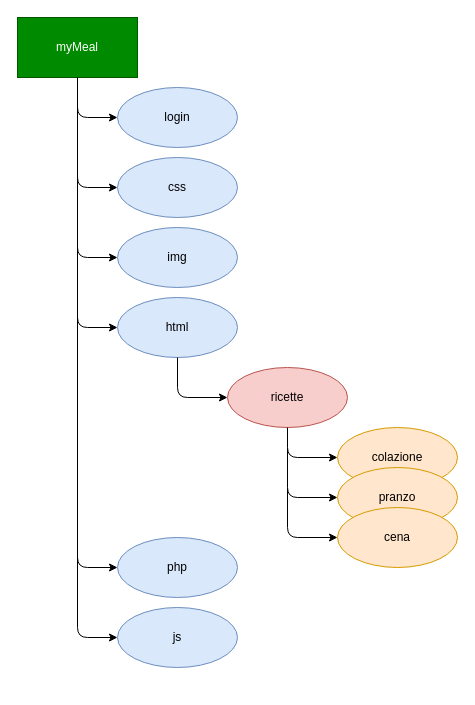
Earlier version of the draw.io diagram schema myMeal.drawio (gianlucasbandi/myMeal). Source tidied: cells renumbered, new cells numbered last; positions are measured from the earlier drawing's top-left corner, leaving out a move shared by most shapes. Both pictures are drawn from the tidied source at 100%, with x=0, y=0 at pixel (17, 17).
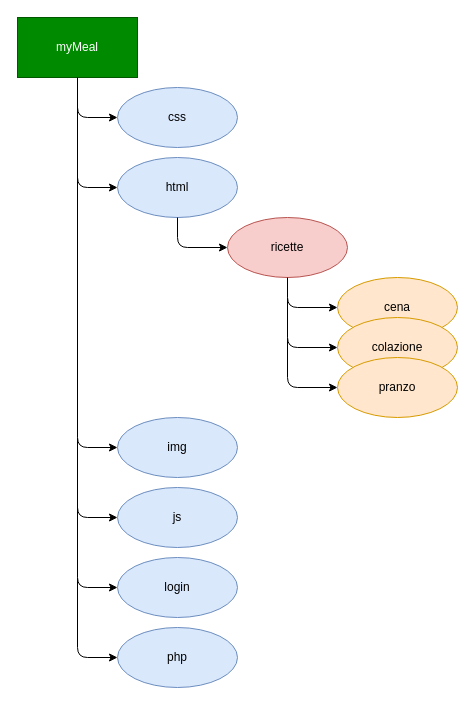
After the change.

Unchanged cells that the change refers to:
```xml
<mxCell id="3" value="myMeal" style="rounded=0;whiteSpace=wrap;html=1;sketch=0;fillColor=#008a00;strokeColor=#005700;fontColor=#ffffff;" parent="1" vertex="1">
  <mxGeometry width="120" height="60" as="geometry" />
</mxCell>
```

What changed in the source:
```diff
@@
-    <mxCell id="4" value="login" style="ellipse;whiteSpace=wrap;html=1;rounded=0;sketch=0;fillColor=#dae8fc;strokeColor=#6c8ebf;" parent="1" vertex="1">
+    <mxCell id="4" value="css" style="ellipse;whiteSpace=wrap;html=1;rounded=0;sketch=0;fillColor=#dae8fc;strokeColor=#6c8ebf;" parent="1" vertex="1">
       <mxGeometry x="100" y="70" width="120" height="60" as="geometry" />
     </mxCell>
-    <mxCell id="5" style="edgeStyle=orthogonalEdgeStyle;curved=0;rounded=1;sketch=0;jettySize=auto;html=1;exitX=0.5;exitY=1;exitDx=0;exitDy=0;entryX=0;entryY=0.5;entryDx=0;entryDy=0;" parent="1" edge="1" target="6">
-      <mxGeometry relative="1" as="geometry">
-        <mxPoint x="60" y="60" as="sourcePoint" />
-        <Array as="points">
-          <mxPoint x="60" y="170" />
-        </Array>
-      </mxGeometry>
-    </mxCell>
-    <mxCell id="6" value="css" style="ellipse;whiteSpace=wrap;html=1;rounded=0;sketch=0;fillColor=#dae8fc;strokeColor=#6c8ebf;" parent="1" vertex="1">
-      <mxGeometry x="100" y="140" width="120" height="60" as="geometry" />
-    </mxCell>
-    <mxCell id="7" style="edgeStyle=orthogonalEdgeStyle;curved=0;rounded=1;sketch=0;jettySize=auto;html=1;exitX=0.5;exitY=1;exitDx=0;exitDy=0;entryX=0;entryY=0.5;entryDx=0;entryDy=0;" parent="1" edge="1" target="8">
-      <mxGeometry relative="1" as="geometry">
-        <mxPoint x="60" y="90" as="sourcePoint" />
-        <Array as="points">
-          <mxPoint x="60" y="240" />
-        </Array>
-      </mxGeometry>
-    </mxCell>
-    <mxCell id="8" value="img" style="ellipse;whiteSpace=wrap;html=1;rounded=0;sketch=0;fillColor=#dae8fc;strokeColor=#6c8ebf;" parent="1" vertex="1">
-      <mxGeometry x="100" y="210" width="120" height="60" as="geometry" />
-    </mxCell>
-    <mxCell id="9" style="edgeStyle=orthogonalEdgeStyle;curved=0;rounded=1;sketch=0;jettySize=auto;html=1;exitX=0.5;exitY=1;exitDx=0;exitDy=0;entryX=0;entryY=0.5;entryDx=0;entryDy=0;" parent="1" edge="1" target="10">
+    <mxCell id="9" style="edgeStyle=orthogonalEdgeStyle;curved=0;rounded=1;sketch=0;jettySize=auto;html=1;exitX=0.5;exitY=1;exitDx=0;exitDy=0;entryX=0;entryY=0.5;entryDx=0;entryDy=0;" parent="1" edge="1" source="3" target="10">
       <mxGeometry relative="1" as="geometry">
-        <mxPoint x="60" y="180" as="sourcePoint" />
         <Array as="points">
-          <mxPoint x="60" y="310" />
+          <mxPoint x="60" y="170" />
         </Array>
       </mxGeometry>
     </mxCell>
     <mxCell id="10" value="html" style="ellipse;whiteSpace=wrap;html=1;rounded=0;sketch=0;fillColor=#dae8fc;strokeColor=#6c8ebf;" parent="1" vertex="1">
-      <mxGeometry x="100" y="280" width="120" height="60" as="geometry" />
+      <mxGeometry x="100" y="140" width="120" height="60" as="geometry" />
     </mxCell>
-    <mxCell id="11" style="edgeStyle=orthogonalEdgeStyle;curved=0;rounded=1;sketch=0;orthogonalLoop=1;jettySize=auto;html=1;" parent="1" edge="1">
-      <mxGeometry relative="1" as="geometry">
-        <mxPoint x="60" y="270" as="sourcePoint" />
-        <mxPoint x="100" y="550" as="targetPoint" />
-        <Array as="points">
-          <mxPoint x="60" y="550" />
-        </Array>
-      </mxGeometry>
-    </mxCell>
-    <mxCell id="12" value="php" style="ellipse;whiteSpace=wrap;html=1;rounded=0;sketch=0;fillColor=#dae8fc;strokeColor=#6c8ebf;" parent="1" vertex="1">
-      <mxGeometry x="100" y="520" width="120" height="60" as="geometry" />
-    </mxCell>
-    <mxCell id="13" style="edgeStyle=orthogonalEdgeStyle;curved=0;rounded=1;sketch=0;jettySize=auto;html=1;exitX=0.5;exitY=1;exitDx=0;exitDy=0;entryX=0;entryY=0.5;entryDx=0;entryDy=0;" parent="1" edge="1" target="14">
+    <mxCell id="13" style="edgeStyle=orthogonalEdgeStyle;curved=0;rounded=1;sketch=0;jettySize=auto;html=1;entryX=0;entryY=0.5;entryDx=0;entryDy=0;" parent="1" edge="1" target="14">
       <mxGeometry relative="1" as="geometry">
-        <mxPoint x="60" y="470" as="sourcePoint" />
+        <mxPoint x="60" y="420" as="sourcePoint" />
         <Array as="points">
-          <mxPoint x="60" y="620" />
+          <mxPoint x="60" y="500" />
         </Array>
       </mxGeometry>
     </mxCell>
     <mxCell id="14" value="js" style="ellipse;whiteSpace=wrap;html=1;rounded=0;sketch=0;fillColor=#dae8fc;strokeColor=#6c8ebf;" parent="1" vertex="1">
-      <mxGeometry x="100" y="590" width="120" height="60" as="geometry" />
+      <mxGeometry x="100" y="470" width="120" height="60" as="geometry" />
     </mxCell>
     <mxCell id="15" style="edgeStyle=orthogonalEdgeStyle;curved=0;rounded=1;sketch=0;jettySize=auto;html=1;entryX=0;entryY=0.5;entryDx=0;entryDy=0;" parent="1" edge="1" target="16">
       <mxGeometry relative="1" as="geometry">
-        <mxPoint x="160" y="340" as="sourcePoint" />
+        <mxPoint x="160" y="200" as="sourcePoint" />
         <Array as="points">
-          <mxPoint x="160" y="380" />
+          <mxPoint x="160" y="230" />
         </Array>
       </mxGeometry>
     </mxCell>
     <mxCell id="16" value="ricette" style="ellipse;whiteSpace=wrap;html=1;rounded=0;sketch=0;fillColor=#f8cecc;strokeColor=#b85450;" parent="1" vertex="1">
-      <mxGeometry x="210" y="350" width="120" height="60" as="geometry" />
+      <mxGeometry x="210" y="200" width="120" height="60" as="geometry" />
     </mxCell>
     <mxCell id="17" style="edgeStyle=orthogonalEdgeStyle;curved=0;rounded=1;sketch=0;orthogonalLoop=1;jettySize=auto;html=1;entryX=0;entryY=0.5;entryDx=0;entryDy=0;" parent="1" edge="1">
       <mxGeometry relative="1" as="geometry">
-        <mxPoint x="270" y="410" as="sourcePoint" />
-        <mxPoint x="320" y="440" as="targetPoint" />
+        <mxPoint x="270" y="260" as="sourcePoint" />
+        <mxPoint x="320" y="290" as="targetPoint" />
         <Array as="points">
-          <mxPoint x="270" y="440" />
+          <mxPoint x="270" y="290" />
         </Array>
       </mxGeometry>
     </mxCell>
-    <mxCell id="18" value="colazione" style="ellipse;whiteSpace=wrap;html=1;rounded=0;sketch=0;fillColor=#ffe6cc;strokeColor=#d79b00;" parent="1" vertex="1">
-      <mxGeometry x="320" y="410" width="120" height="60" as="geometry" />
+    <mxCell id="18" value="cena" style="ellipse;whiteSpace=wrap;html=1;rounded=0;sketch=0;fillColor=#ffe6cc;strokeColor=#d79b00;" parent="1" vertex="1">
+      <mxGeometry x="320" y="260" width="120" height="60" as="geometry" />
     </mxCell>
     <mxCell id="19" style="edgeStyle=orthogonalEdgeStyle;curved=0;rounded=1;sketch=0;orthogonalLoop=1;jettySize=auto;html=1;entryX=0;entryY=0.5;entryDx=0;entryDy=0;" parent="1" edge="1">
       <mxGeometry relative="1" as="geometry">
-        <mxPoint x="270" y="430" as="sourcePoint" />
-        <mxPoint x="320" y="480" as="targetPoint" />
+        <mxPoint x="270" y="280" as="sourcePoint" />
+        <mxPoint x="320" y="330" as="targetPoint" />
         <Array as="points">
-          <mxPoint x="270" y="480" />
+          <mxPoint x="270" y="330" />
         </Array>
       </mxGeometry>
     </mxCell>
-    <mxCell id="20" value="pranzo" style="ellipse;whiteSpace=wrap;html=1;rounded=0;sketch=0;fillColor=#ffe6cc;strokeColor=#d79b00;" parent="1" vertex="1">
-      <mxGeometry x="320" y="450" width="120" height="60" as="geometry" />
+    <mxCell id="20" value="colazione" style="ellipse;whiteSpace=wrap;html=1;rounded=0;sketch=0;fillColor=#ffe6cc;strokeColor=#d79b00;" parent="1" vertex="1">
+      <mxGeometry x="320" y="300" width="120" height="60" as="geometry" />
     </mxCell>
     <mxCell id="21" style="edgeStyle=orthogonalEdgeStyle;curved=0;rounded=1;sketch=0;orthogonalLoop=1;jettySize=auto;html=1;entryX=0;entryY=0.5;entryDx=0;entryDy=0;" parent="1" edge="1">
       <mxGeometry relative="1" as="geometry">
-        <mxPoint x="270" y="470" as="sourcePoint" />
-        <mxPoint x="320" y="520" as="targetPoint" />
+        <mxPoint x="270" y="320" as="sourcePoint" />
+        <mxPoint x="320" y="370" as="targetPoint" />
         <Array as="points">
-          <mxPoint x="270" y="520" />
+          <mxPoint x="270" y="370" />
         </Array>
       </mxGeometry>
     </mxCell>
-    <mxCell id="22" value="cena" style="ellipse;whiteSpace=wrap;html=1;rounded=0;sketch=0;fillColor=#ffe6cc;strokeColor=#d79b00;" parent="1" vertex="1">
-      <mxGeometry x="320" y="490" width="120" height="60" as="geometry" />
+    <mxCell id="22" value="pranzo" style="ellipse;whiteSpace=wrap;html=1;rounded=0;sketch=0;fillColor=#ffe6cc;strokeColor=#d79b00;" parent="1" vertex="1">
+      <mxGeometry x="320" y="340" width="120" height="60" as="geometry" />
     </mxCell>
+    <mxCell id="23" style="edgeStyle=orthogonalEdgeStyle;curved=0;rounded=1;sketch=0;jettySize=auto;html=1;entryX=0;entryY=0.5;entryDx=0;entryDy=0;" parent="1" edge="1" target="8">
+      <mxGeometry relative="1" as="geometry">
+        <mxPoint x="60" y="150" as="sourcePoint" />
+        <Array as="points">
+          <mxPoint x="60" y="430" />
+        </Array>
+      </mxGeometry>
+    </mxCell>
+    <mxCell id="8" value="img" style="ellipse;whiteSpace=wrap;html=1;rounded=0;sketch=0;fillColor=#dae8fc;strokeColor=#6c8ebf;" parent="1" vertex="1">
+      <mxGeometry x="100" y="400" width="120" height="60" as="geometry" />
+    </mxCell>
+    <mxCell id="24" style="edgeStyle=orthogonalEdgeStyle;curved=0;rounded=1;sketch=0;jettySize=auto;html=1;entryX=0;entryY=0.5;entryDx=0;entryDy=0;" parent="1" edge="1" target="25">
+      <mxGeometry relative="1" as="geometry">
+        <mxPoint x="60" y="480" as="sourcePoint" />
+        <Array as="points">
+          <mxPoint x="60" y="570" />
+        </Array>
+      </mxGeometry>
+    </mxCell>
+    <mxCell id="25" value="login" style="ellipse;whiteSpace=wrap;html=1;rounded=0;sketch=0;fillColor=#dae8fc;strokeColor=#6c8ebf;" parent="1" vertex="1">
+      <mxGeometry x="100" y="540" width="120" height="60" as="geometry" />
+    </mxCell>
+    <mxCell id="26" style="edgeStyle=orthogonalEdgeStyle;curved=0;rounded=1;sketch=0;jettySize=auto;html=1;entryX=0;entryY=0.5;entryDx=0;entryDy=0;" parent="1" edge="1" target="12">
+      <mxGeometry relative="1" as="geometry">
+        <mxPoint x="60" y="560" as="sourcePoint" />
+        <Array as="points">
+          <mxPoint x="60" y="640" />
+        </Array>
+      </mxGeometry>
+    </mxCell>
+    <mxCell id="12" value="php" style="ellipse;whiteSpace=wrap;html=1;rounded=0;sketch=0;fillColor=#dae8fc;strokeColor=#6c8ebf;" parent="1" vertex="1">
+      <mxGeometry x="100" y="610" width="120" height="60" as="geometry" />
+    </mxCell>
```
